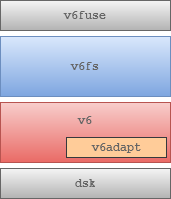
Before: doc/v6fs-architecture.png, a diagram exported from draw.io (jaylogue/retro-fuse). Source tidied: cells renumbered, new cells last; positions are measured from the earlier drawing's top-left corner, leaving out a move shared by most shapes.
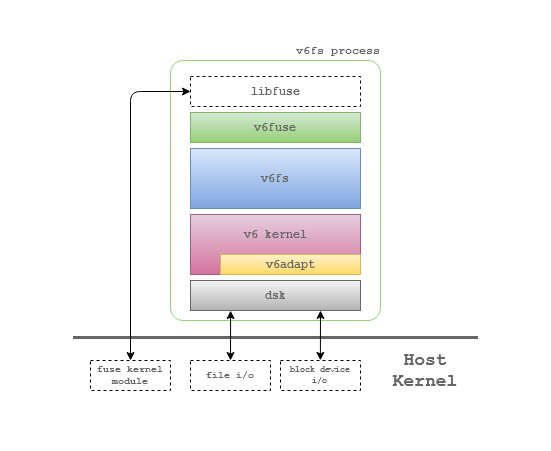
The same file after the commit.

The edit, as a diff of the source:
```diff
@@ -2,23 +2,69 @@
   <root>
     <mxCell id="0" />
     <mxCell id="1" parent="0" />
+    <mxCell id="8" style="rounded=0;whiteSpace=wrap;html=1;fontFamily=Courier New;fontSize=18;fontColor=#666666;align=right;strokeColor=#FFFFFF;" parent="1" vertex="1">
+      <mxGeometry x="-190" y="-112" width="550" height="450" as="geometry" />
+    </mxCell>
+    <mxCell id="9" style="rounded=1;whiteSpace=wrap;html=1;fontFamily=Courier New;fontSize=10;fillColor=none;strokeColor=#97D077;arcSize=6;" parent="1" vertex="1">
+      <mxGeometry x="-20" y="-52" width="210" height="260" as="geometry" />
+    </mxCell>
-    <mxCell id="2" value="&lt;b&gt;v6fuse&lt;/b&gt;" style="rounded=0;whiteSpace=wrap;html=1;fillColor=#f5f5f5;strokeColor=#666666;gradientColor=#b3b3b3;fontFamily=Courier New;fontColor=#666666;" parent="1" vertex="1">
+    <mxCell id="2" value="&lt;b&gt;v6fuse&lt;/b&gt;" style="rounded=0;whiteSpace=wrap;html=1;fillColor=#d5e8d4;strokeColor=#82b366;gradientColor=#97d077;fontFamily=Courier New;fontColor=#666666;" parent="1" vertex="1">
       <mxGeometry width="170" height="30" as="geometry" />
     </mxCell>
     <mxCell id="3" value="&lt;b&gt;v6fs&lt;/b&gt;" style="rounded=0;whiteSpace=wrap;html=1;gradientColor=#7ea6e0;fillColor=#dae8fc;strokeColor=#6c8ebf;fontFamily=Courier New;fontColor=#666666;" parent="1" vertex="1">
       <mxGeometry y="36" width="170" height="60" as="geometry" />
     </mxCell>
-    <mxCell id="4" style="rounded=0;whiteSpace=wrap;html=1;gradientColor=#ea6b66;fillColor=#f8cecc;strokeColor=#b85450;fontFamily=Courier New;" parent="1" vertex="1">
+    <mxCell id="4" style="rounded=0;whiteSpace=wrap;html=1;gradientColor=#d5739d;fillColor=#e6d0de;strokeColor=#996185;fontFamily=Courier New;" parent="1" vertex="1">
       <mxGeometry y="102" width="170" height="60" as="geometry" />
     </mxCell>
-    <mxCell id="5" value="&lt;b&gt;v6adapt&lt;/b&gt;" style="rounded=0;whiteSpace=wrap;html=1;fillColor=#ffcc99;strokeColor=#36393d;fontFamily=Courier New;fontColor=#666666;" parent="1" vertex="1">
-      <mxGeometry x="66" y="137" width="100" height="20" as="geometry" />
+    <mxCell id="5" value="&lt;b&gt;v6adapt&lt;/b&gt;" style="rounded=0;whiteSpace=wrap;html=1;fillColor=#fff2cc;strokeColor=#d6b656;fontFamily=Courier New;gradientColor=#ffd966;fontColor=#666666;" parent="1" vertex="1">
+      <mxGeometry x="30" y="142" width="140" height="20" as="geometry" />
     </mxCell>
-    <mxCell id="6" value="v6" style="text;html=1;strokeColor=none;fillColor=none;align=center;verticalAlign=middle;whiteSpace=wrap;rounded=0;fontStyle=1;fontFamily=Courier New;fontColor=#666666;" parent="1" vertex="1">
-      <mxGeometry x="65" y="110" width="40" height="20" as="geometry" />
+    <mxCell id="6" value="v6 kernel" style="text;html=1;strokeColor=none;fillColor=none;align=center;verticalAlign=middle;whiteSpace=wrap;rounded=0;fontStyle=1;fontFamily=Courier New;fontColor=#666666;" parent="1" vertex="1">
+      <mxGeometry x="47.5" y="112" width="75" height="20" as="geometry" />
     </mxCell>
     <mxCell id="7" value="&lt;b&gt;dsk&lt;/b&gt;" style="rounded=0;whiteSpace=wrap;html=1;gradientColor=#b3b3b3;fillColor=#f5f5f5;strokeColor=#666666;fontFamily=Courier New;fontColor=#666666;" parent="1" vertex="1">
       <mxGeometry y="168" width="170" height="30" as="geometry" />
     </mxCell>
+    <mxCell id="10" style="endArrow=none;html=1;fontFamily=Courier New;fontColor=#666666;strokeWidth=3;strokeColor=#666666;" parent="1" edge="1">
+      <mxGeometry relative="1" as="geometry">
+        <mxPoint x="-117.5" y="225" as="sourcePoint" />
+        <mxPoint x="287.5" y="225" as="targetPoint" />
+      </mxGeometry>
+    </mxCell>
+    <mxCell id="11" value="&lt;div style=&quot;font-size: 9px&quot;&gt;block device i/o&lt;br&gt;&lt;/div&gt;" style="rounded=0;whiteSpace=wrap;html=1;fontFamily=Courier New;fontColor=#666666;dashed=1;fontStyle=1;" parent="1" vertex="1">
+      <mxGeometry x="90" y="248" width="80" height="30" as="geometry" />
+    </mxCell>
+    <mxCell id="12" value="file i/o" style="rounded=0;whiteSpace=wrap;html=1;fontFamily=Courier New;fontColor=#666666;dashed=1;fontStyle=1;fontSize=10;" parent="1" vertex="1">
+      <mxGeometry y="248" width="80" height="30" as="geometry" />
+    </mxCell>
+    <mxCell id="13" value="&lt;div&gt;fuse kernel&lt;/div&gt;&lt;div&gt;module&lt;br&gt;&lt;/div&gt;" style="rounded=0;whiteSpace=wrap;html=1;fontFamily=Courier New;fontColor=#666666;dashed=1;fontStyle=1;fontSize=10;" parent="1" vertex="1">
+      <mxGeometry x="-100" y="248" width="80" height="30" as="geometry" />
+    </mxCell>
+    <mxCell id="14" value="libfuse" style="rounded=0;whiteSpace=wrap;html=1;fontFamily=Courier New;dashed=1;fontStyle=1;fontColor=#666666;" parent="1" vertex="1">
+      <mxGeometry y="-36" width="170" height="30" as="geometry" />
+    </mxCell>
+    <mxCell id="15" style="endArrow=classic;startArrow=classic;html=1;fontFamily=Courier New;fontSize=10;fontColor=#666666;exitX=0.5;exitY=0;exitDx=0;exitDy=0;entryX=0.236;entryY=1.004;entryDx=0;entryDy=0;entryPerimeter=0;" parent="1" edge="1" source="12" target="7">
+      <mxGeometry relative="1" as="geometry" />
+    </mxCell>
+    <mxCell id="16" style="endArrow=classic;startArrow=classic;html=1;fontFamily=Courier New;fontSize=10;fontColor=#666666;exitX=0.5;exitY=0;exitDx=0;exitDy=0;entryX=0;entryY=0.5;entryDx=0;entryDy=0;" parent="1" edge="1" source="13" target="14">
+      <mxGeometry relative="1" as="geometry">
+        <Array as="points">
+          <mxPoint x="-60" y="-21" />
+        </Array>
+      </mxGeometry>
+    </mxCell>
+    <mxCell id="17" style="endArrow=classic;startArrow=classic;html=1;fontFamily=Courier New;fontSize=10;fontColor=#666666;exitX=0.5;exitY=0;exitDx=0;exitDy=0;entryX=0.236;entryY=1.004;entryDx=0;entryDy=0;entryPerimeter=0;" parent="1" edge="1">
+      <mxGeometry relative="1" as="geometry">
+        <mxPoint x="129.9" y="247.9" as="sourcePoint" />
+        <mxPoint x="130" y="198" as="targetPoint" />
+      </mxGeometry>
+    </mxCell>
+    <mxCell id="18" value="v6fs process" style="text;html=1;strokeColor=none;fillColor=none;align=right;verticalAlign=middle;whiteSpace=wrap;rounded=0;fontFamily=Courier New;fontSize=11;fontColor=#666666;fontStyle=1;" parent="1" vertex="1">
+      <mxGeometry x="97" y="-72" width="95" height="20" as="geometry" />
+    </mxCell>
+    <mxCell id="19" value="&lt;div align=&quot;center&quot;&gt;Host&lt;br&gt;&lt;/div&gt;&lt;div align=&quot;center&quot;&gt;Kernel&lt;/div&gt;" style="text;html=1;strokeColor=none;fillColor=none;align=center;verticalAlign=middle;whiteSpace=wrap;rounded=0;fontFamily=Courier New;fontSize=18;fontColor=#666666;fontStyle=1;" parent="1" vertex="1">
+      <mxGeometry x="215" y="248" width="40" height="20" as="geometry" />
+    </mxCell>
   </root>
 </mxGraphModel>
```
